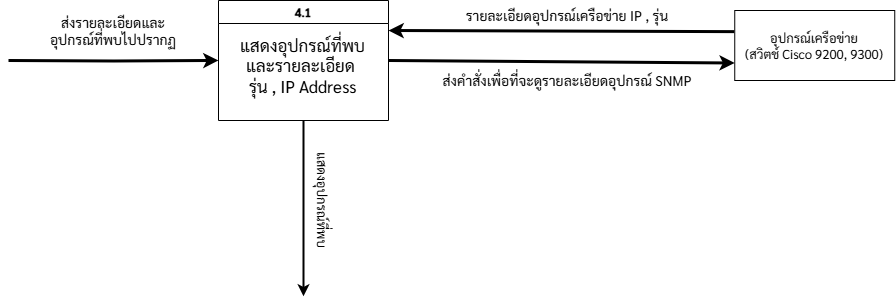
This is Diagram/DFD/Data Flow Diagram Level 1 - 4.png from Minwatcharakorn/Project-CO-kddi, a draw.io export, as it was before one commit. Source tidied: cells renumbered, new cells last; positions are measured from the earlier drawing's top-left corner, leaving out a move shared by most shapes. Source of this version:
```xml
<mxGraphModel>
  <root>
    <mxCell id="0" />
    <mxCell id="1" parent="0" />
    <mxCell id="2" style="rounded=0;whiteSpace=wrap;html=1;fontFamily=Sarabun;fontSource=https%3A%2F%2Ffonts.googleapis.com%2Fcss%3Ffamily%3DSarabun;" parent="1" vertex="1">
      <mxGeometry x="726.2" y="10" width="160" height="70" as="geometry" />
    </mxCell>
    <mxCell id="3" value="อุปกรณ์เครือข่าย&lt;br&gt;(สวิตช์ Cisco 9200, 9300)" style="text;html=1;align=center;verticalAlign=middle;whiteSpace=wrap;rounded=0;fontFamily=Sarabun;fontSource=https%3A%2F%2Ffonts.googleapis.com%2Fcss%3Ffamily%3DSarabun;fontSize=13;" parent="1" vertex="1">
      <mxGeometry x="731.2" y="30" width="150" height="30" as="geometry" />
    </mxCell>
    <mxCell id="4" style="edgeStyle=orthogonalEdgeStyle;rounded=0;jettySize=auto;html=1;exitX=1;exitY=0.5;exitDx=0;exitDy=0;entryX=0;entryY=0.5;entryDx=0;entryDy=0;fontFamily=Sarabun;fontSource=https%3A%2F%2Ffonts.googleapis.com%2Fcss%3Ffamily%3DSarabun;strokeWidth=3;" parent="1" edge="1" target="5">
      <mxGeometry relative="1" as="geometry">
        <mxPoint y="60" as="sourcePoint" />
      </mxGeometry>
    </mxCell>
    <mxCell id="5" value="4.1" style="swimlane;whiteSpace=wrap;html=1;fontFamily=Sarabun;fontSource=https%3A%2F%2Ffonts.googleapis.com%2Fcss%3Ffamily%3DSarabun;" parent="1" vertex="1">
      <mxGeometry x="210" width="170" height="120" as="geometry" />
    </mxCell>
    <mxCell id="6" value="แสดงอุปกรณ์ที่พบและรายละเอียด&amp;nbsp;&lt;div&gt;รุ่น , IP Address&lt;/div&gt;" style="text;html=1;align=center;verticalAlign=middle;whiteSpace=wrap;rounded=0;fontFamily=Sarabun;fontSource=https%3A%2F%2Ffonts.googleapis.com%2Fcss%3Ffamily%3DSarabun;fontSize=17;" parent="5" vertex="1">
      <mxGeometry x="14.4" y="50" width="141.2" height="30" as="geometry" />
    </mxCell>
    <mxCell id="7" value="ส่งรายละเอียดและอุปกรณ์ที่พบไปปรากฏ" style="text;html=1;align=center;verticalAlign=middle;whiteSpace=wrap;rounded=0;fontFamily=Sarabun;fontSource=https%3A%2F%2Ffonts.googleapis.com%2Fcss%3Ffamily%3DSarabun;fontSize=14;" parent="1" vertex="1">
      <mxGeometry x="30" y="15" width="150" height="30" as="geometry" />
    </mxCell>
    <mxCell id="8" value="แสดงอุปกรณ์ที่พบ" style="text;html=1;align=center;verticalAlign=middle;whiteSpace=wrap;rounded=0;fontFamily=Sarabun;fontSource=https%3A%2F%2Ffonts.googleapis.com%2Fcss%3Ffamily%3DSarabun;fontSize=13;rotation=90;" parent="1" vertex="1">
      <mxGeometry x="250" y="185" width="130" height="30" as="geometry" />
    </mxCell>
    <mxCell id="9" style="endArrow=classic;html=1;rounded=0;entryX=0;entryY=0.75;entryDx=0;entryDy=0;exitX=1;exitY=0.5;exitDx=0;exitDy=0;strokeWidth=3;" parent="1" edge="1" source="5" target="2">
      <mxGeometry relative="1" as="geometry" />
    </mxCell>
    <mxCell id="10" style="endArrow=classic;html=1;rounded=0;entryX=1;entryY=0.25;entryDx=0;entryDy=0;exitX=-0.003;exitY=0.302;exitDx=0;exitDy=0;exitPerimeter=0;strokeWidth=3;" parent="1" edge="1" source="2" target="5">
      <mxGeometry relative="1" as="geometry" />
    </mxCell>
    <mxCell id="11" value="&lt;font&gt;รายละเอียดอุปกรณ์เครือข่าย IP , รุ่น&lt;/font&gt;" style="text;html=1;align=center;verticalAlign=middle;whiteSpace=wrap;rounded=0;fontFamily=Sarabun;fontSource=https%3A%2F%2Ffonts.googleapis.com%2Fcss%3Ffamily%3DSarabun;fontSize=14;" parent="1" vertex="1">
      <mxGeometry x="440" width="237.5" height="30" as="geometry" />
    </mxCell>
    <mxCell id="12" value="&lt;font&gt;ส่งคำสั่งเพื่อที่จะดูรายละเอียดอุปกรณ์ SNMP&lt;/font&gt;" style="text;html=1;align=center;verticalAlign=middle;whiteSpace=wrap;rounded=0;fontFamily=Sarabun;fontSource=https%3A%2F%2Ffonts.googleapis.com%2Fcss%3Ffamily%3DSarabun;fontSize=14;" parent="1" vertex="1">
      <mxGeometry x="413.8" y="65" width="290" height="30" as="geometry" />
    </mxCell>
    <mxCell id="13" style="edgeStyle=orthogonalEdgeStyle;rounded=0;jettySize=auto;html=1;exitX=0.5;exitY=1;exitDx=0;exitDy=0;fontFamily=Sarabun;fontSource=https%3A%2F%2Ffonts.googleapis.com%2Fcss%3Ffamily%3DSarabun;strokeWidth=2;" parent="1" edge="1" source="5">
      <mxGeometry relative="1" as="geometry">
        <mxPoint x="295" y="295.8" as="targetPoint" />
      </mxGeometry>
    </mxCell>
  </root>
</mxGraphModel>
```
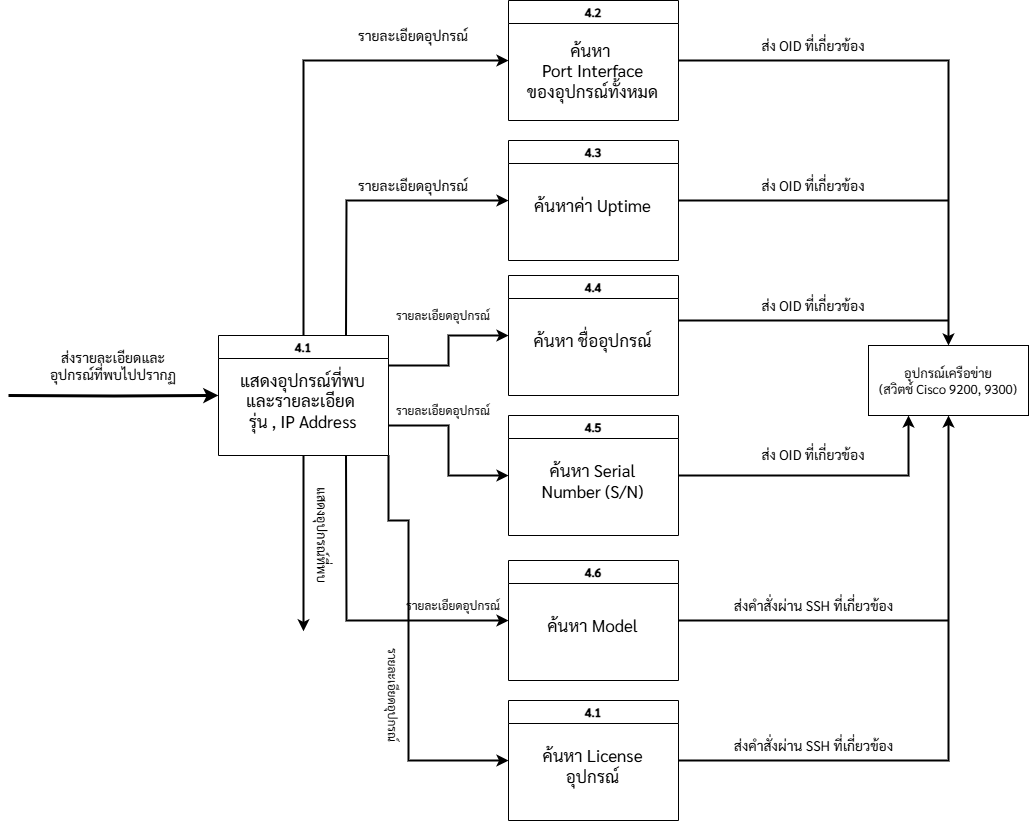
Later version of the same file.

What changed in the source:
```diff
@@ -3,10 +3,10 @@
     <mxCell id="0" />
     <mxCell id="1" parent="0" />
     <mxCell id="2" style="rounded=0;whiteSpace=wrap;html=1;fontFamily=Sarabun;fontSource=https%3A%2F%2Ffonts.googleapis.com%2Fcss%3Ffamily%3DSarabun;" parent="1" vertex="1">
-      <mxGeometry x="726.2" y="10" width="160" height="70" as="geometry" />
+      <mxGeometry x="860" y="10" width="160" height="70" as="geometry" />
     </mxCell>
     <mxCell id="3" value="อุปกรณ์เครือข่าย&lt;br&gt;(สวิตช์ Cisco 9200, 9300)" style="text;html=1;align=center;verticalAlign=middle;whiteSpace=wrap;rounded=0;fontFamily=Sarabun;fontSource=https%3A%2F%2Ffonts.googleapis.com%2Fcss%3Ffamily%3DSarabun;fontSize=13;" parent="1" vertex="1">
-      <mxGeometry x="731.2" y="30" width="150" height="30" as="geometry" />
+      <mxGeometry x="865" y="30" width="150" height="30" as="geometry" />
     </mxCell>
     <mxCell id="4" style="edgeStyle=orthogonalEdgeStyle;rounded=0;jettySize=auto;html=1;exitX=1;exitY=0.5;exitDx=0;exitDy=0;entryX=0;entryY=0.5;entryDx=0;entryDy=0;fontFamily=Sarabun;fontSource=https%3A%2F%2Ffonts.googleapis.com%2Fcss%3Ffamily%3DSarabun;strokeWidth=3;" parent="1" edge="1" target="5">
       <mxGeometry relative="1" as="geometry">
@@ -25,22 +25,165 @@
     <mxCell id="8" value="แสดงอุปกรณ์ที่พบ" style="text;html=1;align=center;verticalAlign=middle;whiteSpace=wrap;rounded=0;fontFamily=Sarabun;fontSource=https%3A%2F%2Ffonts.googleapis.com%2Fcss%3Ffamily%3DSarabun;fontSize=13;rotation=90;" parent="1" vertex="1">
       <mxGeometry x="250" y="185" width="130" height="30" as="geometry" />
     </mxCell>
-    <mxCell id="9" style="endArrow=classic;html=1;rounded=0;entryX=0;entryY=0.75;entryDx=0;entryDy=0;exitX=1;exitY=0.5;exitDx=0;exitDy=0;strokeWidth=3;" parent="1" edge="1" source="5" target="2">
-      <mxGeometry relative="1" as="geometry" />
-    </mxCell>
-    <mxCell id="10" style="endArrow=classic;html=1;rounded=0;entryX=1;entryY=0.25;entryDx=0;entryDy=0;exitX=-0.003;exitY=0.302;exitDx=0;exitDy=0;exitPerimeter=0;strokeWidth=3;" parent="1" edge="1" source="2" target="5">
-      <mxGeometry relative="1" as="geometry" />
-    </mxCell>
-    <mxCell id="11" value="&lt;font&gt;รายละเอียดอุปกรณ์เครือข่าย IP , รุ่น&lt;/font&gt;" style="text;html=1;align=center;verticalAlign=middle;whiteSpace=wrap;rounded=0;fontFamily=Sarabun;fontSource=https%3A%2F%2Ffonts.googleapis.com%2Fcss%3Ffamily%3DSarabun;fontSize=14;" parent="1" vertex="1">
-      <mxGeometry x="440" width="237.5" height="30" as="geometry" />
-    </mxCell>
-    <mxCell id="12" value="&lt;font&gt;ส่งคำสั่งเพื่อที่จะดูรายละเอียดอุปกรณ์ SNMP&lt;/font&gt;" style="text;html=1;align=center;verticalAlign=middle;whiteSpace=wrap;rounded=0;fontFamily=Sarabun;fontSource=https%3A%2F%2Ffonts.googleapis.com%2Fcss%3Ffamily%3DSarabun;fontSize=14;" parent="1" vertex="1">
-      <mxGeometry x="413.8" y="65" width="290" height="30" as="geometry" />
-    </mxCell>
     <mxCell id="13" style="edgeStyle=orthogonalEdgeStyle;rounded=0;jettySize=auto;html=1;exitX=0.5;exitY=1;exitDx=0;exitDy=0;fontFamily=Sarabun;fontSource=https%3A%2F%2Ffonts.googleapis.com%2Fcss%3Ffamily%3DSarabun;strokeWidth=2;" parent="1" edge="1" source="5">
       <mxGeometry relative="1" as="geometry">
         <mxPoint x="295" y="295.8" as="targetPoint" />
       </mxGeometry>
     </mxCell>
+    <mxCell id="14" value="4.2" style="swimlane;whiteSpace=wrap;html=1;fontFamily=Sarabun;fontSource=https%3A%2F%2Ffonts.googleapis.com%2Fcss%3Ffamily%3DSarabun;" parent="1" vertex="1">
+      <mxGeometry x="500" y="-335" width="170" height="120" as="geometry" />
+    </mxCell>
+    <mxCell id="15" value="ค้นหา&amp;nbsp;&lt;div&gt;Port Interface&lt;div&gt;ของอุปกรณ์ทั้งหมด&lt;/div&gt;&lt;/div&gt;" style="text;html=1;align=center;verticalAlign=middle;whiteSpace=wrap;rounded=0;fontFamily=Sarabun;fontSource=https%3A%2F%2Ffonts.googleapis.com%2Fcss%3Ffamily%3DSarabun;fontSize=17;" parent="14" vertex="1">
+      <mxGeometry x="14.4" y="40" width="141.2" height="60" as="geometry" />
+    </mxCell>
+    <mxCell id="16" value="4.3" style="swimlane;whiteSpace=wrap;html=1;fontFamily=Sarabun;fontSource=https%3A%2F%2Ffonts.googleapis.com%2Fcss%3Ffamily%3DSarabun;" parent="1" vertex="1">
+      <mxGeometry x="500" y="-195" width="170" height="120" as="geometry" />
+    </mxCell>
+    <mxCell id="17" value="ค้นหาค่า Uptime" style="text;html=1;align=center;verticalAlign=middle;whiteSpace=wrap;rounded=0;fontFamily=Sarabun;fontSource=https%3A%2F%2Ffonts.googleapis.com%2Fcss%3Ffamily%3DSarabun;fontSize=17;" parent="16" vertex="1">
+      <mxGeometry x="14.4" y="50" width="141.2" height="30" as="geometry" />
+    </mxCell>
+    <mxCell id="18" value="4.4" style="swimlane;whiteSpace=wrap;html=1;fontFamily=Sarabun;fontSource=https%3A%2F%2Ffonts.googleapis.com%2Fcss%3Ffamily%3DSarabun;" parent="1" vertex="1">
+      <mxGeometry x="500" y="-60" width="170" height="120" as="geometry" />
+    </mxCell>
+    <mxCell id="19" value="ค้นหา ชื่ออุปกรณ์" style="text;html=1;align=center;verticalAlign=middle;whiteSpace=wrap;rounded=0;fontFamily=Sarabun;fontSource=https%3A%2F%2Ffonts.googleapis.com%2Fcss%3Ffamily%3DSarabun;fontSize=17;" parent="18" vertex="1">
+      <mxGeometry x="14.4" y="50" width="141.2" height="30" as="geometry" />
+    </mxCell>
+    <mxCell id="20" value="4.5" style="swimlane;whiteSpace=wrap;html=1;fontFamily=Sarabun;fontSource=https%3A%2F%2Ffonts.googleapis.com%2Fcss%3Ffamily%3DSarabun;" parent="1" vertex="1">
+      <mxGeometry x="500" y="80" width="170" height="120" as="geometry" />
+    </mxCell>
+    <mxCell id="21" value="ค้นหา Serial Number (S/N)" style="text;html=1;align=center;verticalAlign=middle;whiteSpace=wrap;rounded=0;fontFamily=Sarabun;fontSource=https%3A%2F%2Ffonts.googleapis.com%2Fcss%3Ffamily%3DSarabun;fontSize=17;" parent="20" vertex="1">
+      <mxGeometry x="14.4" y="50" width="141.2" height="30" as="geometry" />
+    </mxCell>
+    <mxCell id="22" value="4.6" style="swimlane;whiteSpace=wrap;html=1;fontFamily=Sarabun;fontSource=https%3A%2F%2Ffonts.googleapis.com%2Fcss%3Ffamily%3DSarabun;startSize=23;" parent="1" vertex="1">
+      <mxGeometry x="500" y="225" width="170" height="120" as="geometry" />
+    </mxCell>
+    <mxCell id="23" value="ค้นหา Model" style="text;html=1;align=center;verticalAlign=middle;whiteSpace=wrap;rounded=0;fontFamily=Sarabun;fontSource=https%3A%2F%2Ffonts.googleapis.com%2Fcss%3Ffamily%3DSarabun;fontSize=17;" parent="22" vertex="1">
+      <mxGeometry x="14.4" y="50" width="141.2" height="30" as="geometry" />
+    </mxCell>
+    <mxCell id="24" value="4.1" style="swimlane;whiteSpace=wrap;html=1;fontFamily=Sarabun;fontSource=https%3A%2F%2Ffonts.googleapis.com%2Fcss%3Ffamily%3DSarabun;" parent="1" vertex="1">
+      <mxGeometry x="500" y="365" width="170" height="120" as="geometry" />
+    </mxCell>
+    <mxCell id="25" value="ค้นหา License อุปกรณ์" style="text;html=1;align=center;verticalAlign=middle;whiteSpace=wrap;rounded=0;fontFamily=Sarabun;fontSource=https%3A%2F%2Ffonts.googleapis.com%2Fcss%3Ffamily%3DSarabun;fontSize=17;" parent="24" vertex="1">
+      <mxGeometry x="14.4" y="50" width="141.2" height="30" as="geometry" />
+    </mxCell>
+    <mxCell id="26" style="endArrow=classic;html=1;rounded=0;exitX=0.5;exitY=0;exitDx=0;exitDy=0;entryX=0;entryY=0.5;entryDx=0;entryDy=0;strokeWidth=2;" parent="1" edge="1" source="5" target="14">
+      <mxGeometry relative="1" as="geometry">
+        <Array as="points">
+          <mxPoint x="295" y="-275" />
+        </Array>
+      </mxGeometry>
+    </mxCell>
+    <mxCell id="27" style="endArrow=classic;html=1;rounded=0;entryX=0;entryY=0.5;entryDx=0;entryDy=0;exitX=0.75;exitY=0;exitDx=0;exitDy=0;strokeWidth=2;" parent="1" edge="1" source="5" target="16">
+      <mxGeometry relative="1" as="geometry">
+        <Array as="points">
+          <mxPoint x="338" y="-135" />
+        </Array>
+      </mxGeometry>
+    </mxCell>
+    <mxCell id="28" style="endArrow=classic;html=1;rounded=0;entryX=0;entryY=0.5;entryDx=0;entryDy=0;exitX=1;exitY=0.25;exitDx=0;exitDy=0;strokeWidth=2;" parent="1" edge="1" source="5" target="18">
+      <mxGeometry relative="1" as="geometry">
+        <Array as="points">
+          <mxPoint x="440" y="30" />
+          <mxPoint x="440" />
+        </Array>
+      </mxGeometry>
+    </mxCell>
+    <mxCell id="29" style="endArrow=classic;html=1;rounded=0;entryX=0;entryY=0.5;entryDx=0;entryDy=0;exitX=1;exitY=0.75;exitDx=0;exitDy=0;strokeWidth=2;" parent="1" edge="1" source="5" target="20">
+      <mxGeometry relative="1" as="geometry">
+        <Array as="points">
+          <mxPoint x="440" y="90" />
+          <mxPoint x="440" y="140" />
+        </Array>
+      </mxGeometry>
+    </mxCell>
+    <mxCell id="30" style="endArrow=classic;html=1;rounded=0;entryX=0;entryY=0.5;entryDx=0;entryDy=0;exitX=0.75;exitY=1;exitDx=0;exitDy=0;strokeWidth=2;" parent="1" edge="1" source="5" target="22">
+      <mxGeometry relative="1" as="geometry">
+        <Array as="points">
+          <mxPoint x="338" y="285" />
+        </Array>
+      </mxGeometry>
+    </mxCell>
+    <mxCell id="31" style="endArrow=classic;html=1;rounded=0;entryX=0;entryY=0.5;entryDx=0;entryDy=0;exitX=1;exitY=1;exitDx=0;exitDy=0;strokeWidth=2;" parent="1" edge="1" source="5" target="24">
+      <mxGeometry relative="1" as="geometry">
+        <Array as="points">
+          <mxPoint x="380" y="185" />
+          <mxPoint x="400" y="185" />
+          <mxPoint x="400" y="425" />
+        </Array>
+      </mxGeometry>
+    </mxCell>
+    <mxCell id="32" style="endArrow=classic;html=1;rounded=0;exitX=1;exitY=0.5;exitDx=0;exitDy=0;entryX=0.5;entryY=0;entryDx=0;entryDy=0;strokeWidth=2;" parent="1" edge="1" source="14" target="2">
+      <mxGeometry relative="1" as="geometry">
+        <Array as="points">
+          <mxPoint x="940" y="-275" />
+        </Array>
+      </mxGeometry>
+    </mxCell>
+    <mxCell id="33" style="endArrow=none;html=1;rounded=0;exitX=1;exitY=0.5;exitDx=0;exitDy=0;endFill=0;strokeWidth=2;" parent="1" edge="1" source="16">
+      <mxGeometry relative="1" as="geometry">
+        <mxPoint x="940" y="-135" as="targetPoint" />
+      </mxGeometry>
+    </mxCell>
+    <mxCell id="34" style="endArrow=classic;html=1;rounded=0;exitX=1;exitY=0.5;exitDx=0;exitDy=0;entryX=0.5;entryY=1;entryDx=0;entryDy=0;strokeWidth=2;" parent="1" edge="1" source="24" target="2">
+      <mxGeometry relative="1" as="geometry">
+        <Array as="points">
+          <mxPoint x="940" y="425" />
+        </Array>
+      </mxGeometry>
+    </mxCell>
+    <mxCell id="35" style="endArrow=classic;html=1;rounded=0;exitX=1;exitY=0.5;exitDx=0;exitDy=0;strokeWidth=2;entryX=0.25;entryY=1;entryDx=0;entryDy=0;endFill=1;" parent="1" edge="1" source="20" target="2">
+      <mxGeometry relative="1" as="geometry">
+        <Array as="points">
+          <mxPoint x="900" y="140" />
+        </Array>
+      </mxGeometry>
+    </mxCell>
+    <mxCell id="36" style="endArrow=none;html=1;rounded=0;exitX=1;exitY=0.5;exitDx=0;exitDy=0;strokeWidth=2;" parent="1" edge="1">
+      <mxGeometry relative="1" as="geometry">
+        <mxPoint x="670" y="-15" as="sourcePoint" />
+        <mxPoint x="940" y="-15" as="targetPoint" />
+      </mxGeometry>
+    </mxCell>
+    <mxCell id="37" value="ส่ง OID ที่เกี่ยวข้อง" style="text;html=1;align=center;verticalAlign=middle;whiteSpace=wrap;rounded=0;fontFamily=Sarabun;fontSource=https%3A%2F%2Ffonts.googleapis.com%2Fcss%3Ffamily%3DSarabun;fontSize=14;" parent="1" vertex="1">
+      <mxGeometry x="730" y="-305" width="150" height="30" as="geometry" />
+    </mxCell>
+    <mxCell id="38" value="ส่ง OID ที่เกี่ยวข้อง" style="text;html=1;align=center;verticalAlign=middle;whiteSpace=wrap;rounded=0;fontFamily=Sarabun;fontSource=https%3A%2F%2Ffonts.googleapis.com%2Fcss%3Ffamily%3DSarabun;fontSize=14;" parent="1" vertex="1">
+      <mxGeometry x="730" y="-165" width="150" height="30" as="geometry" />
+    </mxCell>
+    <mxCell id="39" value="ส่ง OID ที่เกี่ยวข้อง" style="text;html=1;align=center;verticalAlign=middle;whiteSpace=wrap;rounded=0;fontFamily=Sarabun;fontSource=https%3A%2F%2Ffonts.googleapis.com%2Fcss%3Ffamily%3DSarabun;fontSize=14;" parent="1" vertex="1">
+      <mxGeometry x="730" y="-45" width="150" height="30" as="geometry" />
+    </mxCell>
+    <mxCell id="40" value="ส่ง OID ที่เกี่ยวข้อง" style="text;html=1;align=center;verticalAlign=middle;whiteSpace=wrap;rounded=0;fontFamily=Sarabun;fontSource=https%3A%2F%2Ffonts.googleapis.com%2Fcss%3Ffamily%3DSarabun;fontSize=14;" parent="1" vertex="1">
+      <mxGeometry x="730" y="104" width="150" height="30" as="geometry" />
+    </mxCell>
+    <mxCell id="41" value="ส่งคำสั่งผ่าน SSH ที่เกี่ยวข้อง" style="text;html=1;align=center;verticalAlign=middle;whiteSpace=wrap;rounded=0;fontFamily=Sarabun;fontSource=https%3A%2F%2Ffonts.googleapis.com%2Fcss%3Ffamily%3DSarabun;fontSize=14;" parent="1" vertex="1">
+      <mxGeometry x="717.5" y="395" width="175" height="30" as="geometry" />
+    </mxCell>
+    <mxCell id="42" style="endArrow=none;html=1;rounded=0;exitX=1;exitY=0.5;exitDx=0;exitDy=0;strokeWidth=2;" parent="1" edge="1" source="22">
+      <mxGeometry relative="1" as="geometry">
+        <mxPoint x="940" y="285" as="targetPoint" />
+      </mxGeometry>
+    </mxCell>
+    <mxCell id="43" value="ส่งคำสั่งผ่าน SSH ที่เกี่ยวข้อง" style="text;html=1;align=center;verticalAlign=middle;whiteSpace=wrap;rounded=0;fontFamily=Sarabun;fontSource=https%3A%2F%2Ffonts.googleapis.com%2Fcss%3Ffamily%3DSarabun;fontSize=14;" parent="1" vertex="1">
+      <mxGeometry x="717.5" y="255" width="175" height="30" as="geometry" />
+    </mxCell>
+    <mxCell id="44" value="รายละเอียดอุปกรณ์" style="text;html=1;align=center;verticalAlign=middle;whiteSpace=wrap;rounded=0;fontFamily=Sarabun;fontSource=https%3A%2F%2Ffonts.googleapis.com%2Fcss%3Ffamily%3DSarabun;fontSize=14;" parent="1" vertex="1">
+      <mxGeometry x="330" y="-315" width="150" height="30" as="geometry" />
+    </mxCell>
+    <mxCell id="45" value="รายละเอียดอุปกรณ์" style="text;html=1;align=center;verticalAlign=middle;whiteSpace=wrap;rounded=0;fontFamily=Sarabun;fontSource=https%3A%2F%2Ffonts.googleapis.com%2Fcss%3Ffamily%3DSarabun;fontSize=14;" parent="1" vertex="1">
+      <mxGeometry x="330" y="-165" width="150" height="30" as="geometry" />
+    </mxCell>
+    <mxCell id="46" value="รายละเอียดอุปกรณ์" style="text;html=1;align=center;verticalAlign=middle;whiteSpace=wrap;rounded=0;fontFamily=Sarabun;fontSource=https%3A%2F%2Ffonts.googleapis.com%2Fcss%3Ffamily%3DSarabun;fontSize=12;" parent="1" vertex="1">
+      <mxGeometry x="360" y="-35" width="150" height="30" as="geometry" />
+    </mxCell>
+    <mxCell id="47" value="รายละเอียดอุปกรณ์" style="text;html=1;align=center;verticalAlign=middle;whiteSpace=wrap;rounded=0;fontFamily=Sarabun;fontSource=https%3A%2F%2Ffonts.googleapis.com%2Fcss%3Ffamily%3DSarabun;fontSize=12;" parent="1" vertex="1">
+      <mxGeometry x="360" y="60" width="150" height="30" as="geometry" />
+    </mxCell>
+    <mxCell id="48" value="รายละเอียดอุปกรณ์" style="text;html=1;align=center;verticalAlign=middle;whiteSpace=wrap;rounded=0;fontFamily=Sarabun;fontSource=https%3A%2F%2Ffonts.googleapis.com%2Fcss%3Ffamily%3DSarabun;fontSize=12;" parent="1" vertex="1">
+      <mxGeometry x="370" y="255" width="150" height="30" as="geometry" />
+    </mxCell>
+    <mxCell id="49" value="รายละเอียดอุปกรณ์" style="text;html=1;align=center;verticalAlign=middle;whiteSpace=wrap;rounded=0;fontFamily=Sarabun;fontSource=https%3A%2F%2Ffonts.googleapis.com%2Fcss%3Ffamily%3DSarabun;fontSize=12;rotation=90;" parent="1" vertex="1">
+      <mxGeometry x="310" y="345" width="150" height="30" as="geometry" />
+    </mxCell>
   </root>
 </mxGraphModel>
```
